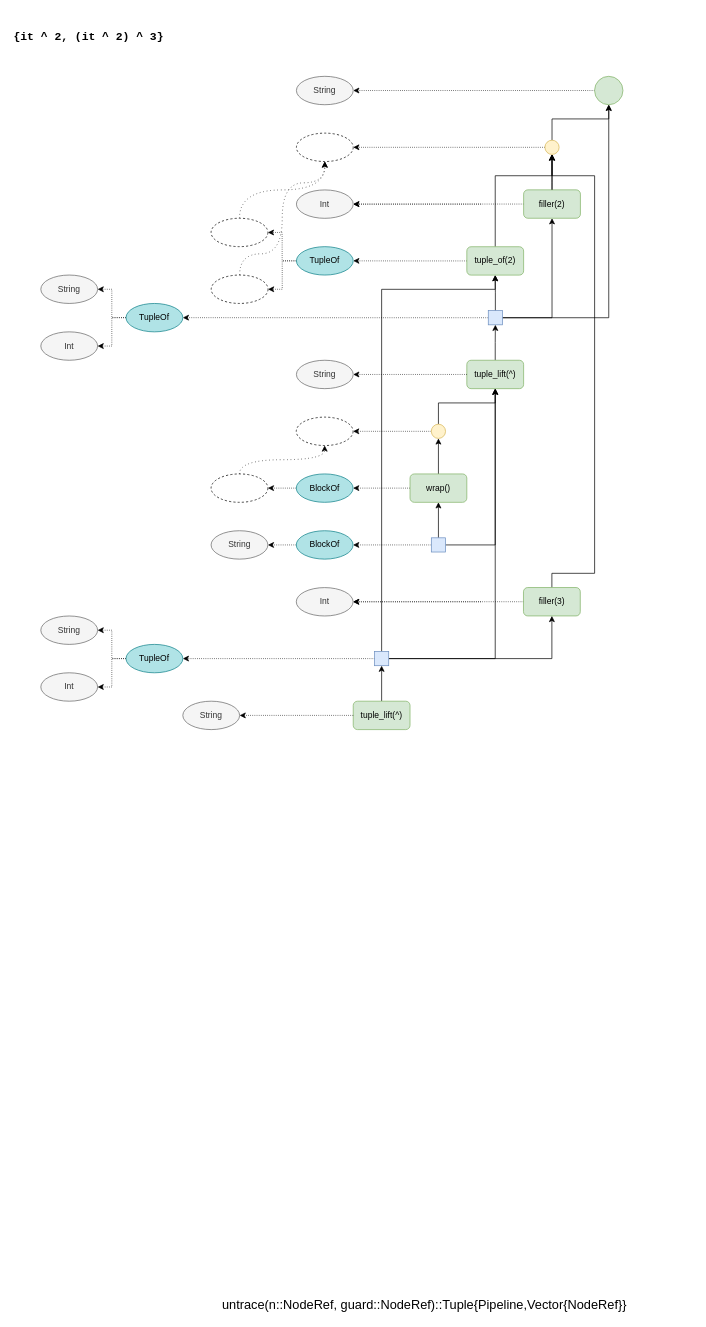
Earlier version of the draw.io diagram page "{it ^ 2, (it ^ 2) ^ 3}" (10 of 11) of tracing.drawio (rbt-lang/diagrams). Source tidied: cells renumbered, new cells numbered last; positions are measured from the earlier drawing's top-left corner, leaving out a move shared by most shapes. Both pictures are drawn from the tidied source at 71%, with x=0, y=0 at pixel (12, 16).
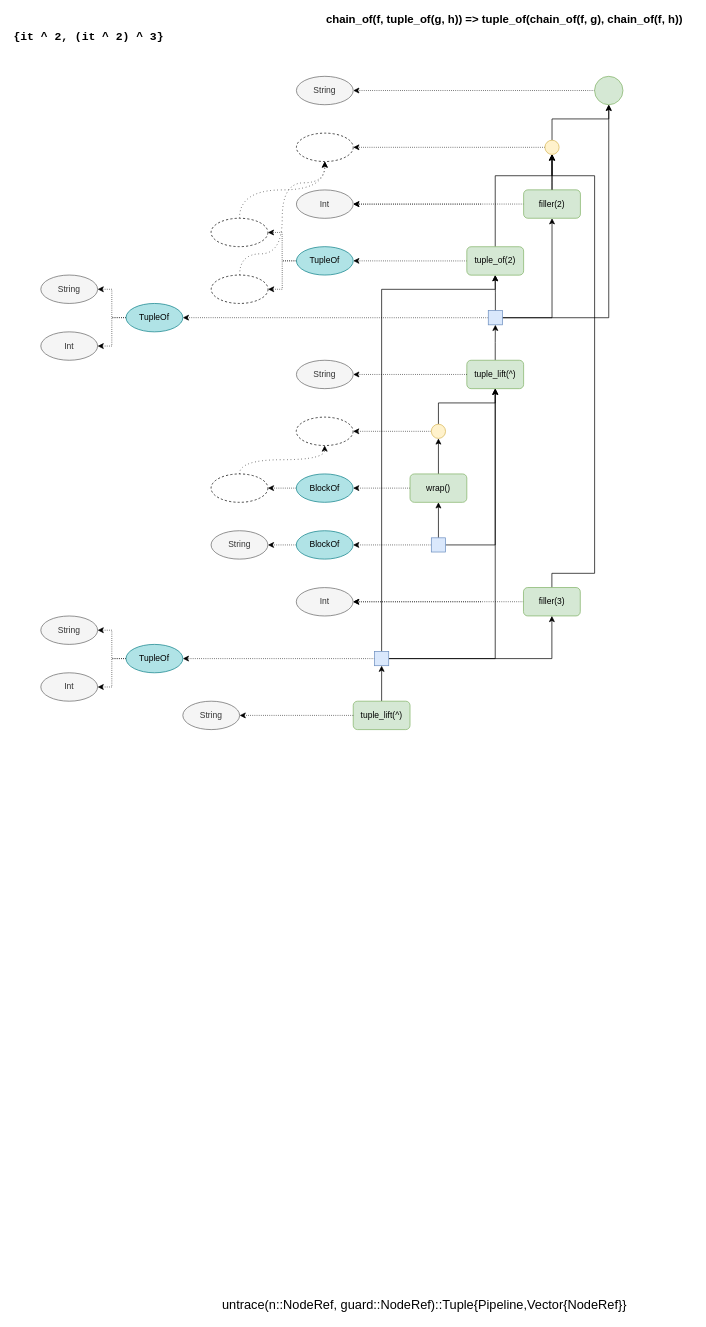
The same diagram, later.

Diff of the diagram source:
```diff
@@
+    <mxCell id="78" value="chain_of(f, tuple_of(g, h)) =&amp;gt; tuple_of(chain_of(f, g), chain_of(f, h))" style="text;html=1;align=left;verticalAlign=middle;fontSize=16;fontStyle=1;" parent="1" vertex="1">
+      <mxGeometry x="440" y="-5" width="520" height="20" as="geometry" />
+    </mxCell>
```
